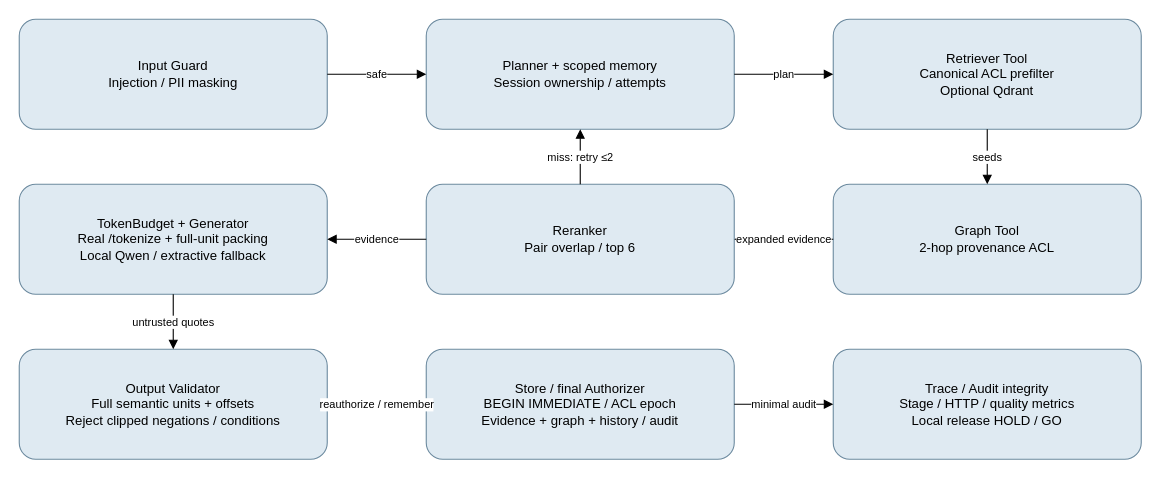
Earlier version of the draw.io diagram page "C3 | Agent components: bounded loop" (3 of 8) of docs/архитектура.drawio (pozvoltezhit/project). Source tidied: cells renumbered, new cells numbered last; positions are measured from the earlier drawing's top-left corner, leaving out a move shared by most shapes. Both pictures are drawn from the tidied source at 110%, with x=0, y=0 at pixel (19, 19).
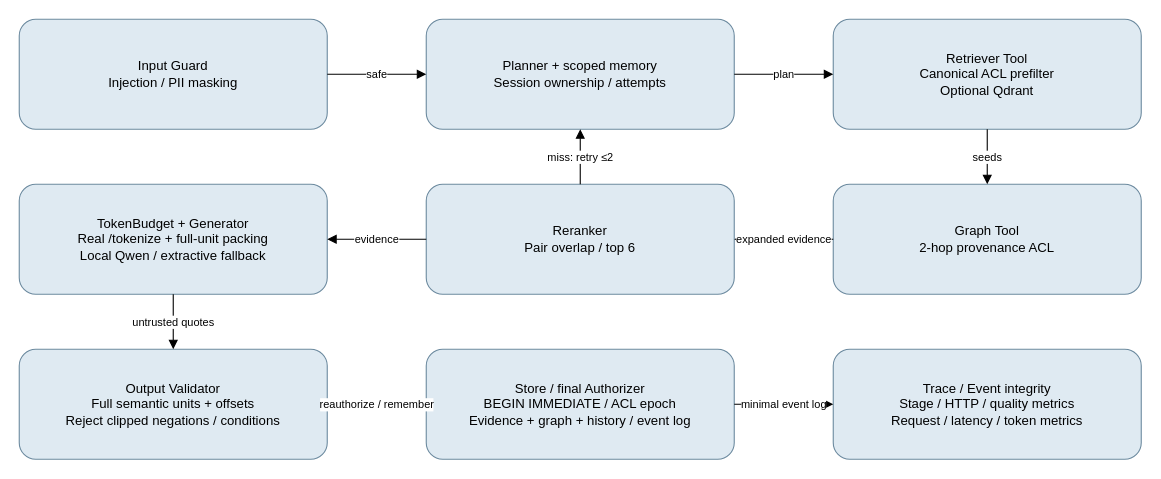
The same page after the edit.

Change to the diagram source:
```diff
@@
 <mxGraphModel>
   <root>
     <mxCell id="0" />
     <mxCell id="1" parent="0" />
     <mxCell id="2" value="Input Guard&lt;br&gt;Injection / PII masking" style="rounded=1;whiteSpace=wrap;html=1;fillColor=#DFEAF2;strokeColor=#6C8A9F;fontSize=12;" parent="1" vertex="1">
       <mxGeometry width="280" height="100" as="geometry" />
     </mxCell>
     <mxCell id="3" value="Planner + scoped memory&lt;br&gt;Session ownership / attempts" style="rounded=1;whiteSpace=wrap;html=1;fillColor=#DFEAF2;strokeColor=#6C8A9F;fontSize=12;" parent="1" vertex="1">
       <mxGeometry x="370" width="280" height="100" as="geometry" />
     </mxCell>
     <mxCell id="4" value="Retriever Tool&lt;br&gt;Canonical ACL prefilter&lt;br&gt;Optional Qdrant" style="rounded=1;whiteSpace=wrap;html=1;fillColor=#DFEAF2;strokeColor=#6C8A9F;fontSize=12;" parent="1" vertex="1">
       <mxGeometry x="740" width="280" height="100" as="geometry" />
     </mxCell>
     <mxCell id="5" value="Graph Tool&lt;br&gt;2-hop provenance ACL" style="rounded=1;whiteSpace=wrap;html=1;fillColor=#DFEAF2;strokeColor=#6C8A9F;fontSize=12;" parent="1" vertex="1">
       <mxGeometry x="740" y="150" width="280" height="100" as="geometry" />
     </mxCell>
     <mxCell id="6" value="Reranker&lt;br&gt;Pair overlap / top 6" style="rounded=1;whiteSpace=wrap;html=1;fillColor=#DFEAF2;strokeColor=#6C8A9F;fontSize=12;" parent="1" vertex="1">
       <mxGeometry x="370" y="150" width="280" height="100" as="geometry" />
     </mxCell>
     <mxCell id="7" value="TokenBudget + Generator&lt;br&gt;Real /tokenize + full-unit packing&lt;br&gt;Local Qwen / extractive fallback" style="rounded=1;whiteSpace=wrap;html=1;fillColor=#DFEAF2;strokeColor=#6C8A9F;fontSize=12;" parent="1" vertex="1">
       <mxGeometry y="150" width="280" height="100" as="geometry" />
     </mxCell>
     <mxCell id="8" value="Output Validator&lt;br&gt;Full semantic units + offsets&lt;br&gt;Reject clipped negations / conditions" style="rounded=1;whiteSpace=wrap;html=1;fillColor=#DFEAF2;strokeColor=#6C8A9F;fontSize=12;" parent="1" vertex="1">
       <mxGeometry y="300" width="280" height="100" as="geometry" />
     </mxCell>
-    <mxCell id="9" value="Store / final Authorizer&lt;br&gt;BEGIN IMMEDIATE / ACL epoch&lt;br&gt;Evidence + graph + history / audit" style="rounded=1;whiteSpace=wrap;html=1;fillColor=#DFEAF2;strokeColor=#6C8A9F;fontSize=12;" parent="1" vertex="1">
+    <mxCell id="9" value="Store / final Authorizer&lt;br&gt;BEGIN IMMEDIATE / ACL epoch&lt;br&gt;Evidence + graph + history / event log" style="rounded=1;whiteSpace=wrap;html=1;fillColor=#DFEAF2;strokeColor=#6C8A9F;fontSize=12;" parent="1" vertex="1">
       <mxGeometry x="370" y="300" width="280" height="100" as="geometry" />
     </mxCell>
-    <mxCell id="10" value="Trace / Audit integrity&lt;br&gt;Stage / HTTP / quality metrics&lt;br&gt;Local release HOLD / GO" style="rounded=1;whiteSpace=wrap;html=1;fillColor=#DFEAF2;strokeColor=#6C8A9F;fontSize=12;" parent="1" vertex="1">
+    <mxCell id="10" value="Trace / Event integrity&lt;br&gt;Stage / HTTP / quality metrics&lt;br&gt;Request / latency / token metrics" style="rounded=1;whiteSpace=wrap;html=1;fillColor=#DFEAF2;strokeColor=#6C8A9F;fontSize=12;" parent="1" vertex="1">
       <mxGeometry x="740" y="300" width="280" height="100" as="geometry" />
     </mxCell>
     <mxCell id="11" value="safe" style="edgeStyle=orthogonalEdgeStyle;endArrow=block;html=1;fontSize=10;labelBackgroundColor=#FFFFFF;" parent="1" edge="1" source="2" target="3">
       <mxGeometry relative="1" as="geometry" />
     </mxCell>
     <mxCell id="12" value="plan" style="edgeStyle=orthogonalEdgeStyle;endArrow=block;html=1;fontSize=10;labelBackgroundColor=#FFFFFF;" parent="1" edge="1" source="3" target="4">
       <mxGeometry relative="1" as="geometry" />
     </mxCell>
     <mxCell id="13" value="seeds" style="edgeStyle=orthogonalEdgeStyle;endArrow=block;html=1;fontSize=10;labelBackgroundColor=#FFFFFF;" parent="1" edge="1" source="4" target="5">
       <mxGeometry relative="1" as="geometry" />
     </mxCell>
     <mxCell id="14" value="expanded evidence" style="edgeStyle=orthogonalEdgeStyle;endArrow=block;html=1;fontSize=10;labelBackgroundColor=#FFFFFF;" parent="1" edge="1" source="5" target="6">
       <mxGeometry relative="1" as="geometry" />
     </mxCell>
     <mxCell id="15" value="evidence" style="edgeStyle=orthogonalEdgeStyle;endArrow=block;html=1;fontSize=10;labelBackgroundColor=#FFFFFF;" parent="1" edge="1" source="6" target="7">
       <mxGeometry relative="1" as="geometry" />
     </mxCell>
     <mxCell id="16" value="miss: retry ≤2" style="edgeStyle=orthogonalEdgeStyle;endArrow=block;html=1;fontSize=10;labelBackgroundColor=#FFFFFF;" parent="1" edge="1" source="6" target="3">
       <mxGeometry relative="1" as="geometry" />
     </mxCell>
     <mxCell id="17" value="untrusted quotes" style="edgeStyle=orthogonalEdgeStyle;endArrow=block;html=1;fontSize=10;labelBackgroundColor=#FFFFFF;" parent="1" edge="1" source="7" target="8">
       <mxGeometry relative="1" as="geometry" />
     </mxCell>
     <mxCell id="18" value="reauthorize / remember" style="edgeStyle=orthogonalEdgeStyle;endArrow=block;html=1;fontSize=10;labelBackgroundColor=#FFFFFF;" parent="1" edge="1" source="8" target="9">
       <mxGeometry relative="1" as="geometry" />
     </mxCell>
-    <mxCell id="19" value="minimal audit" style="edgeStyle=orthogonalEdgeStyle;endArrow=block;html=1;fontSize=10;labelBackgroundColor=#FFFFFF;" parent="1" edge="1" source="9" target="10">
+    <mxCell id="19" value="minimal event log" style="edgeStyle=orthogonalEdgeStyle;endArrow=block;html=1;fontSize=10;labelBackgroundColor=#FFFFFF;" parent="1" edge="1" source="9" target="10">
       <mxGeometry relative="1" as="geometry" />
     </mxCell>
   </root>
 </mxGraphModel>
```
